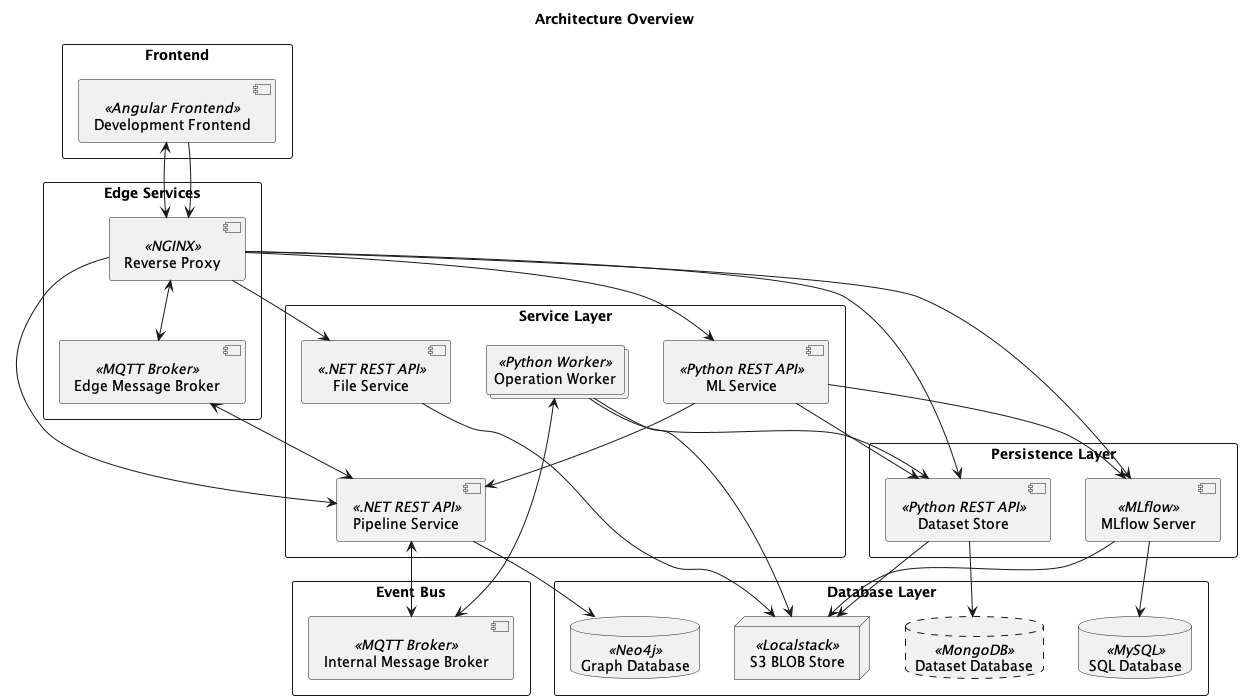
project-hanse/prototype-a keeps this PlantUML diagram as docs/architecture/overview.png. Above is the earlier version.
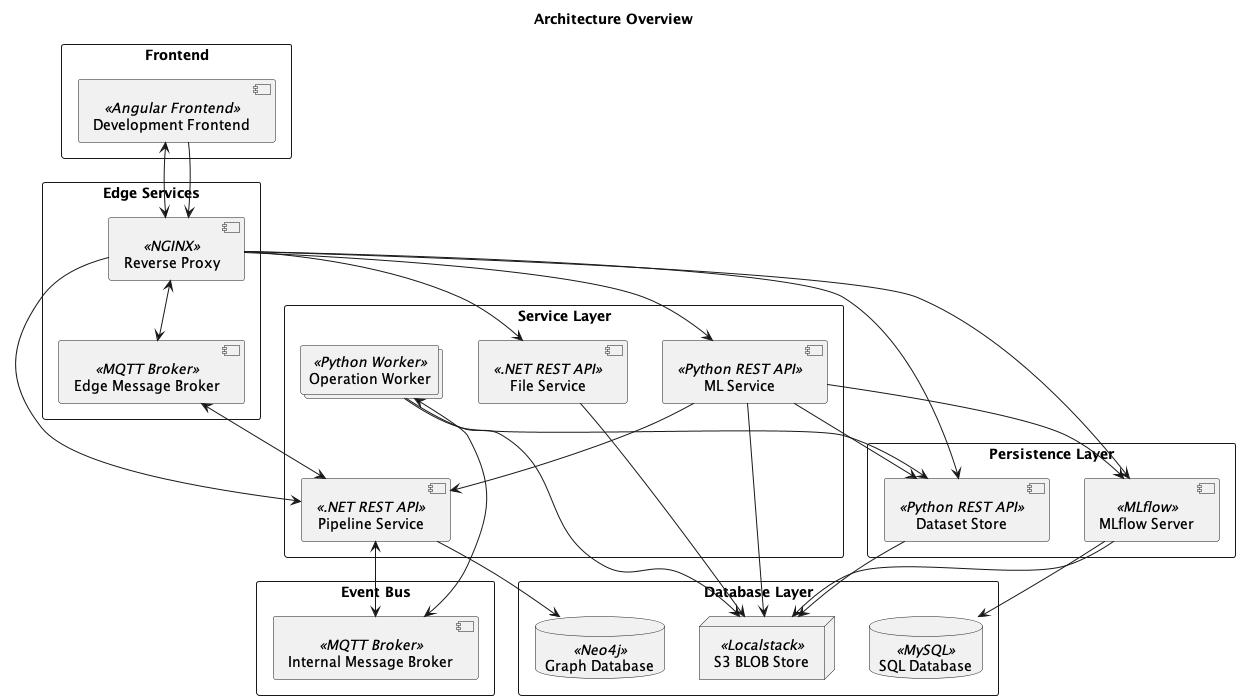
After the change.

Commit message:
chore: remove mongodb from overview

Change to the diagram source:
```diff
@@ -31,7 +31,6 @@
 rectangle "Database Layer" {
     database "Graph Database" << Neo4j >> as graph_db
     node "S3 BLOB Store" << Localstack >> as blob_store
-    database #line.dashed "Dataset Database" << MongoDB >> as dataset_db
     database "SQL Database" << MySQL >> as mysql_db
 }
 
@@ -49,12 +48,12 @@
 ml_service --> mlflow_server
 ml_service --> dataset_store
 ml_service --> pipeline_service
+ml_service --> blob_store
 
 pipeline_service --> graph_db
 pipeline_service <--> message_broker_internal
 pipeline_service <--> message_broker_edge
 
-dataset_store --> dataset_db
 dataset_store --> blob_store
 
 file_service --> blob_store
```
